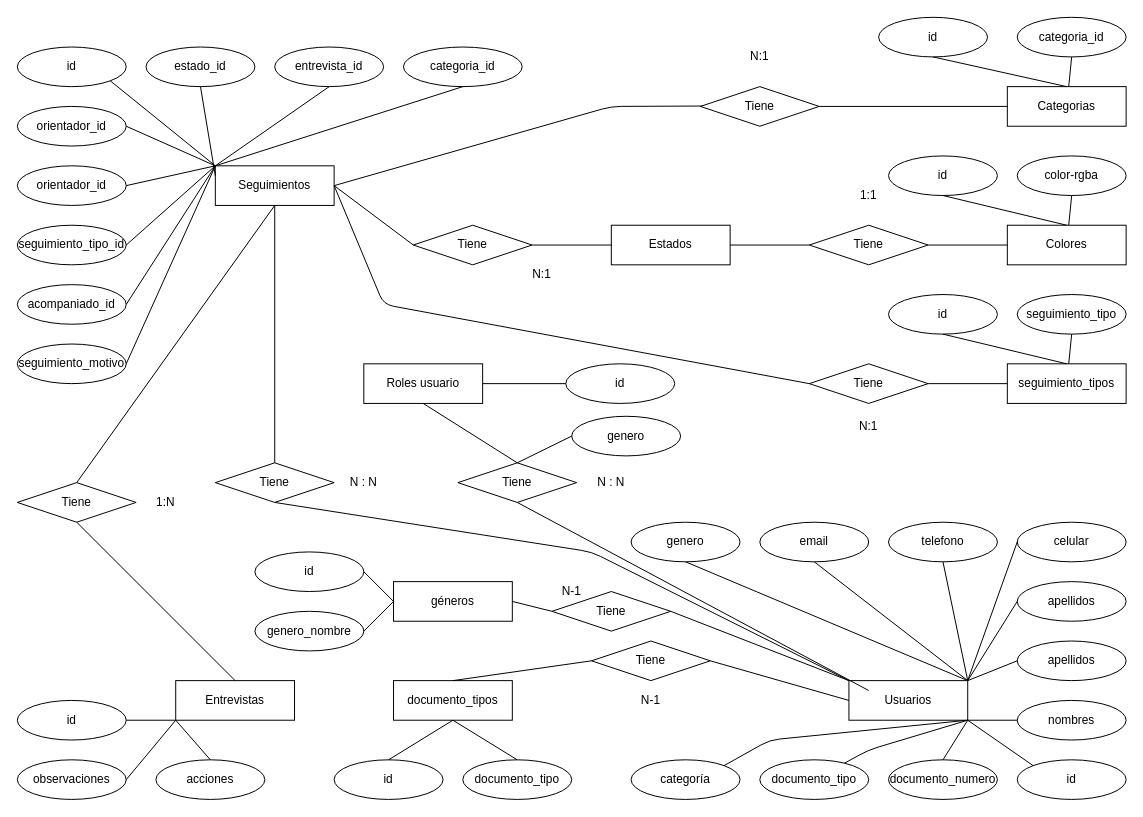
Above: database/acomp.drawio in adrianfazio-UNAHUR/acompaS (draw.io), before the change. Source tidied: cells renumbered, new cells numbered last; positions are measured from the earlier drawing's top-left corner, leaving out a move shared by most shapes. Both pictures are drawn from the tidied source at 99%, with x=0, y=0 at pixel (17, 17).
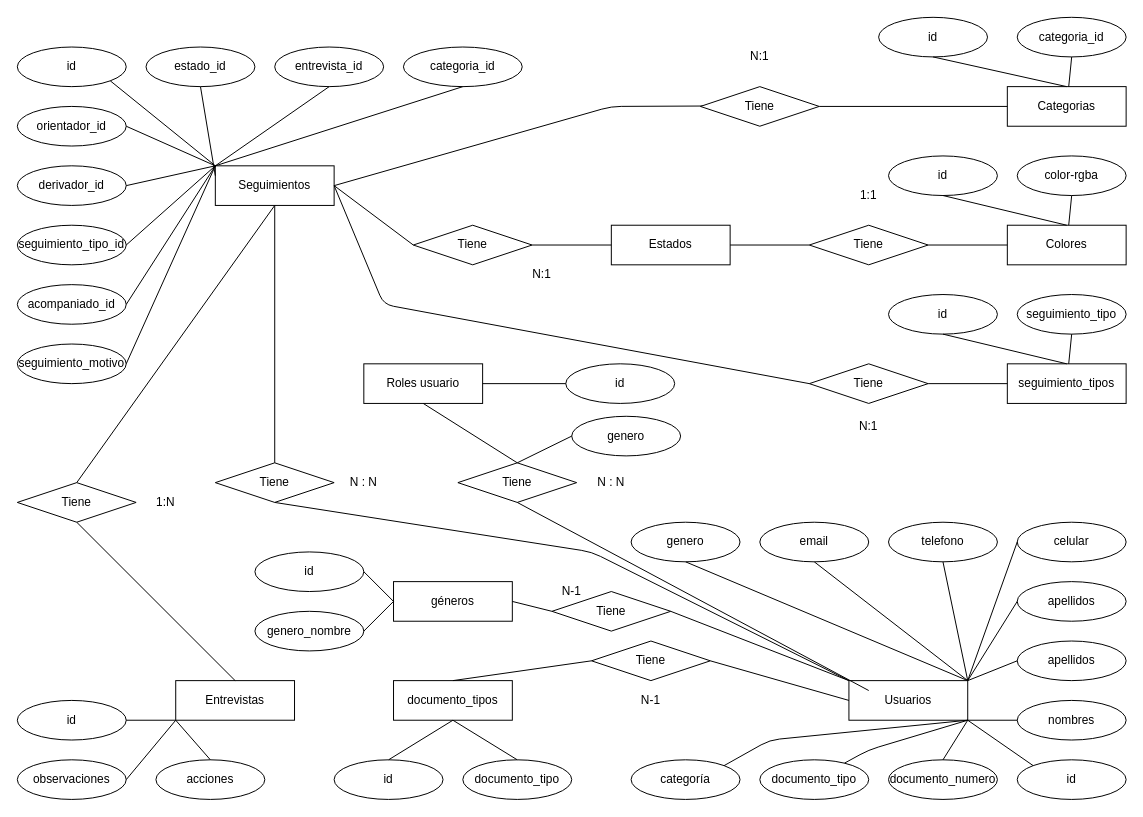
The same diagram, later.

Change to the diagram source:
```diff
@@
-    <mxCell id="8" value="orientador_id" style="ellipse;whiteSpace=wrap;html=1;" parent="1" vertex="1">
+    <mxCell id="8" value="derivador_id" style="ellipse;whiteSpace=wrap;html=1;" parent="1" vertex="1">
       <mxGeometry y="150" width="110" height="40" as="geometry" />
     </mxCell>
```
